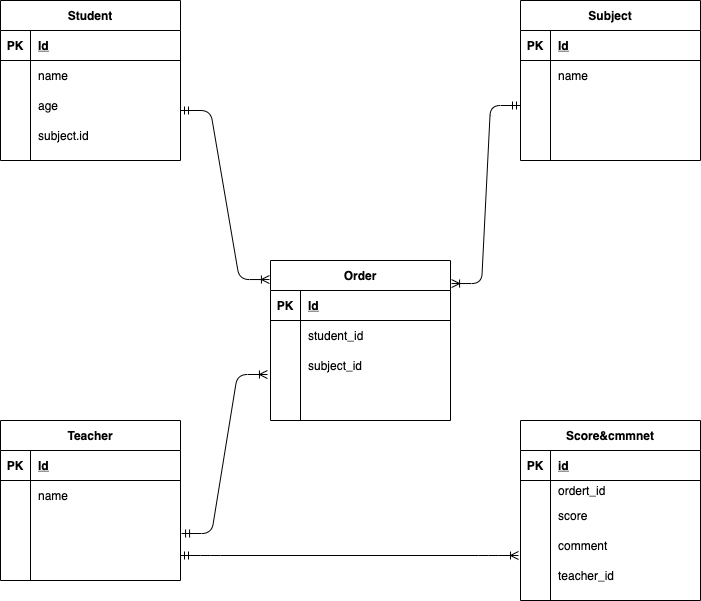
AitoHori/Database keeps this draw.io diagram as 202111Hori.drawio.png. Above is the earlier version. Source tidied: cells renumbered, new cells last; positions are measured from the earlier drawing's top-left corner, leaving out a move shared by most shapes. Source of this version:
```xml
<mxGraphModel>
  <root>
    <mxCell id="0" />
    <mxCell id="1" parent="0" />
    <mxCell id="2" value="Student" style="shape=table;startSize=30;rowLines=0;fontStyle=1;align=center;" parent="1" vertex="1">
      <mxGeometry width="180" height="160" as="geometry" />
    </mxCell>
    <mxCell id="3" style="shape=partialRectangle;fillColor=none;top=0;left=0;bottom=1;right=0;" parent="2" vertex="1">
      <mxGeometry y="30" width="180" height="30" as="geometry" />
    </mxCell>
    <mxCell id="4" value="PK" style="shape=partialRectangle;fillColor=none;top=0;left=0;bottom=0;right=0;fontStyle=1;overflow=hidden;" parent="3" vertex="1">
      <mxGeometry width="30" height="30" as="geometry" />
    </mxCell>
    <mxCell id="5" value="Id" style="shape=partialRectangle;fillColor=none;top=0;left=0;bottom=0;right=0;align=left;spacingLeft=6;fontStyle=5;overflow=hidden;" parent="3" vertex="1">
      <mxGeometry x="30" width="150" height="30" as="geometry" />
    </mxCell>
    <mxCell id="6" style="shape=partialRectangle;fillColor=none;top=0;left=0;bottom=0;right=0;" parent="2" vertex="1">
      <mxGeometry y="60" width="180" height="30" as="geometry" />
    </mxCell>
    <mxCell id="7" style="shape=partialRectangle;fillColor=none;top=0;left=0;bottom=0;right=0;overflow=hidden;" parent="6" vertex="1">
      <mxGeometry width="30" height="30" as="geometry" />
    </mxCell>
    <mxCell id="8" value="name" style="shape=partialRectangle;fillColor=none;top=0;left=0;bottom=0;right=0;align=left;spacingLeft=6;overflow=hidden;" parent="6" vertex="1">
      <mxGeometry x="30" width="150" height="30" as="geometry" />
    </mxCell>
    <mxCell id="9" style="shape=partialRectangle;fillColor=none;top=0;left=0;bottom=0;right=0;" parent="2" vertex="1">
      <mxGeometry y="90" width="180" height="30" as="geometry" />
    </mxCell>
    <mxCell id="10" style="shape=partialRectangle;fillColor=none;top=0;left=0;bottom=0;right=0;overflow=hidden;" parent="9" vertex="1">
      <mxGeometry width="30" height="30" as="geometry" />
    </mxCell>
    <mxCell id="11" value="age" style="shape=partialRectangle;fillColor=none;top=0;left=0;bottom=0;right=0;align=left;spacingLeft=6;overflow=hidden;" parent="9" vertex="1">
      <mxGeometry x="30" width="150" height="30" as="geometry" />
    </mxCell>
    <mxCell id="12" style="shape=partialRectangle;fillColor=none;top=0;left=0;bottom=0;right=0;" parent="2" vertex="1">
      <mxGeometry y="120" width="180" height="30" as="geometry" />
    </mxCell>
    <mxCell id="13" style="shape=partialRectangle;fillColor=none;top=0;left=0;bottom=0;right=0;overflow=hidden;" parent="12" vertex="1">
      <mxGeometry width="30" height="30" as="geometry" />
    </mxCell>
    <mxCell id="14" value="subject.id" style="shape=partialRectangle;fillColor=none;top=0;left=0;bottom=0;right=0;align=left;spacingLeft=6;overflow=hidden;" parent="12" vertex="1">
      <mxGeometry x="30" width="150" height="30" as="geometry" />
    </mxCell>
    <mxCell id="15" value="Subject" style="shape=table;startSize=30;rowLines=0;fontStyle=1;align=center;" parent="1" vertex="1">
      <mxGeometry x="520" width="180" height="160" as="geometry" />
    </mxCell>
    <mxCell id="16" style="shape=partialRectangle;fillColor=none;top=0;left=0;bottom=1;right=0;" parent="15" vertex="1">
      <mxGeometry y="30" width="180" height="30" as="geometry" />
    </mxCell>
    <mxCell id="17" value="PK" style="shape=partialRectangle;fillColor=none;top=0;left=0;bottom=0;right=0;fontStyle=1;overflow=hidden;" parent="16" vertex="1">
      <mxGeometry width="30" height="30" as="geometry" />
    </mxCell>
    <mxCell id="18" value="Id" style="shape=partialRectangle;fillColor=none;top=0;left=0;bottom=0;right=0;align=left;spacingLeft=6;fontStyle=5;overflow=hidden;" parent="16" vertex="1">
      <mxGeometry x="30" width="150" height="30" as="geometry" />
    </mxCell>
    <mxCell id="19" style="shape=partialRectangle;fillColor=none;top=0;left=0;bottom=0;right=0;" parent="15" vertex="1">
      <mxGeometry y="60" width="180" height="30" as="geometry" />
    </mxCell>
    <mxCell id="20" style="shape=partialRectangle;fillColor=none;top=0;left=0;bottom=0;right=0;overflow=hidden;" parent="19" vertex="1">
      <mxGeometry width="30" height="30" as="geometry" />
    </mxCell>
    <mxCell id="21" value="name" style="shape=partialRectangle;fillColor=none;top=0;left=0;bottom=0;right=0;align=left;spacingLeft=6;overflow=hidden;" parent="19" vertex="1">
      <mxGeometry x="30" width="150" height="30" as="geometry" />
    </mxCell>
    <mxCell id="22" style="shape=partialRectangle;fillColor=none;top=0;left=0;bottom=0;right=0;points=[[0,0.5],[1,0.5]];portConstraint=eastwest;" parent="15" vertex="1">
      <mxGeometry y="90" width="180" height="30" as="geometry" />
    </mxCell>
    <mxCell id="23" style="shape=partialRectangle;fillColor=none;top=0;left=0;bottom=0;right=0;overflow=hidden;" parent="22" vertex="1">
      <mxGeometry width="30" height="30" as="geometry" />
    </mxCell>
    <mxCell id="24" style="shape=partialRectangle;fillColor=none;top=0;left=0;bottom=0;right=0;align=left;spacingLeft=6;overflow=hidden;" parent="22" vertex="1">
      <mxGeometry x="30" width="150" height="30" as="geometry" />
    </mxCell>
    <mxCell id="25" style="shape=partialRectangle;fillColor=none;top=0;left=0;bottom=0;right=0;" parent="15" vertex="1">
      <mxGeometry y="120" width="180" height="30" as="geometry" />
    </mxCell>
    <mxCell id="26" style="shape=partialRectangle;fillColor=none;top=0;left=0;bottom=0;right=0;overflow=hidden;" parent="25" vertex="1">
      <mxGeometry width="30" height="30" as="geometry" />
    </mxCell>
    <mxCell id="27" style="shape=partialRectangle;fillColor=none;top=0;left=0;bottom=0;right=0;align=left;spacingLeft=6;overflow=hidden;" parent="25" vertex="1">
      <mxGeometry x="30" width="150" height="30" as="geometry" />
    </mxCell>
    <mxCell id="28" value="Teacher" style="shape=table;startSize=30;rowLines=0;fontStyle=1;align=center;" parent="1" vertex="1">
      <mxGeometry y="420" width="180" height="160" as="geometry" />
    </mxCell>
    <mxCell id="29" style="shape=partialRectangle;fillColor=none;top=0;left=0;bottom=1;right=0;" parent="28" vertex="1">
      <mxGeometry y="30" width="180" height="30" as="geometry" />
    </mxCell>
    <mxCell id="30" value="PK" style="shape=partialRectangle;fillColor=none;top=0;left=0;bottom=0;right=0;fontStyle=1;overflow=hidden;" parent="29" vertex="1">
      <mxGeometry width="30" height="30" as="geometry" />
    </mxCell>
    <mxCell id="31" value="Id" style="shape=partialRectangle;fillColor=none;top=0;left=0;bottom=0;right=0;align=left;spacingLeft=6;fontStyle=5;overflow=hidden;" parent="29" vertex="1">
      <mxGeometry x="30" width="150" height="30" as="geometry" />
    </mxCell>
    <mxCell id="32" style="shape=partialRectangle;fillColor=none;top=0;left=0;bottom=0;right=0;" parent="28" vertex="1">
      <mxGeometry y="60" width="180" height="30" as="geometry" />
    </mxCell>
    <mxCell id="33" style="shape=partialRectangle;fillColor=none;top=0;left=0;bottom=0;right=0;overflow=hidden;" parent="32" vertex="1">
      <mxGeometry width="30" height="30" as="geometry" />
    </mxCell>
    <mxCell id="34" value="name" style="shape=partialRectangle;fillColor=none;top=0;left=0;bottom=0;right=0;align=left;spacingLeft=6;overflow=hidden;" parent="32" vertex="1">
      <mxGeometry x="30" width="150" height="30" as="geometry" />
    </mxCell>
    <mxCell id="35" style="shape=partialRectangle;fillColor=none;top=0;left=0;bottom=0;right=0;points=[[0,0.5],[1,0.5]];portConstraint=eastwest;" parent="28" vertex="1">
      <mxGeometry y="90" width="180" height="30" as="geometry" />
    </mxCell>
    <mxCell id="36" style="shape=partialRectangle;fillColor=none;top=0;left=0;bottom=0;right=0;overflow=hidden;" parent="35" vertex="1">
      <mxGeometry width="30" height="30" as="geometry" />
    </mxCell>
    <mxCell id="37" style="shape=partialRectangle;fillColor=none;top=0;left=0;bottom=0;right=0;align=left;spacingLeft=6;overflow=hidden;" parent="35" vertex="1">
      <mxGeometry x="30" width="150" height="30" as="geometry" />
    </mxCell>
    <mxCell id="38" style="shape=partialRectangle;fillColor=none;top=0;left=0;bottom=0;right=0;points=[[0,0.5],[1,0.5]];portConstraint=eastwest;" parent="28" vertex="1">
      <mxGeometry y="120" width="180" height="30" as="geometry" />
    </mxCell>
    <mxCell id="39" style="shape=partialRectangle;fillColor=none;top=0;left=0;bottom=0;right=0;overflow=hidden;" parent="38" vertex="1">
      <mxGeometry width="30" height="30" as="geometry" />
    </mxCell>
    <mxCell id="40" style="shape=partialRectangle;fillColor=none;top=0;left=0;bottom=0;right=0;align=left;spacingLeft=6;overflow=hidden;" parent="38" vertex="1">
      <mxGeometry x="30" width="150" height="30" as="geometry" />
    </mxCell>
    <mxCell id="41" value="Score&amp;cmmnet" style="shape=table;startSize=30;rowLines=0;fontStyle=1;align=center;" parent="1" vertex="1">
      <mxGeometry x="520" y="420" width="180" height="180" as="geometry" />
    </mxCell>
    <mxCell id="42" style="shape=partialRectangle;fillColor=none;top=0;left=0;bottom=1;right=0;" parent="41" vertex="1">
      <mxGeometry y="30" width="180" height="30" as="geometry" />
    </mxCell>
    <mxCell id="43" value="PK" style="shape=partialRectangle;fillColor=none;top=0;left=0;bottom=0;right=0;fontStyle=1;overflow=hidden;" parent="42" vertex="1">
      <mxGeometry width="30" height="30" as="geometry" />
    </mxCell>
    <mxCell id="44" value="id" style="shape=partialRectangle;fillColor=none;top=0;left=0;bottom=0;right=0;align=left;spacingLeft=6;fontStyle=5;overflow=hidden;" parent="42" vertex="1">
      <mxGeometry x="30" width="150" height="30" as="geometry" />
    </mxCell>
    <mxCell id="45" style="shape=partialRectangle;fillColor=none;top=0;left=0;bottom=0;right=0;" parent="41" vertex="1">
      <mxGeometry y="60" width="180" height="20" as="geometry" />
    </mxCell>
    <mxCell id="46" style="shape=partialRectangle;fillColor=none;top=0;left=0;bottom=0;right=0;overflow=hidden;" parent="45" vertex="1">
      <mxGeometry width="30" height="20" as="geometry" />
    </mxCell>
    <mxCell id="47" value="ordert_id" style="shape=partialRectangle;fillColor=none;top=0;left=0;bottom=0;right=0;align=left;spacingLeft=6;overflow=hidden;" parent="45" vertex="1">
      <mxGeometry x="30" width="150" height="20" as="geometry" />
    </mxCell>
    <mxCell id="48" style="shape=partialRectangle;fillColor=none;top=0;left=0;bottom=0;right=0;" parent="41" vertex="1">
      <mxGeometry y="80" width="180" height="30" as="geometry" />
    </mxCell>
    <mxCell id="49" style="shape=partialRectangle;fillColor=none;top=0;left=0;bottom=0;right=0;overflow=hidden;" parent="48" vertex="1">
      <mxGeometry width="30" height="30" as="geometry" />
    </mxCell>
    <mxCell id="50" value="score" style="shape=partialRectangle;fillColor=none;top=0;left=0;bottom=0;right=0;align=left;spacingLeft=6;overflow=hidden;" parent="48" vertex="1">
      <mxGeometry x="30" width="150" height="30" as="geometry" />
    </mxCell>
    <mxCell id="51" style="shape=partialRectangle;fillColor=none;top=0;left=0;bottom=0;right=0;" parent="41" vertex="1">
      <mxGeometry y="110" width="180" height="30" as="geometry" />
    </mxCell>
    <mxCell id="52" style="shape=partialRectangle;fillColor=none;top=0;left=0;bottom=0;right=0;overflow=hidden;" parent="51" vertex="1">
      <mxGeometry width="30" height="30" as="geometry" />
    </mxCell>
    <mxCell id="53" value="comment" style="shape=partialRectangle;fillColor=none;top=0;left=0;bottom=0;right=0;align=left;spacingLeft=6;overflow=hidden;" parent="51" vertex="1">
      <mxGeometry x="30" width="150" height="30" as="geometry" />
    </mxCell>
    <mxCell id="54" value="Order" style="shape=table;startSize=30;rowLines=0;fontStyle=1;align=center;" parent="1" vertex="1">
      <mxGeometry x="270" y="260" width="180" height="160" as="geometry" />
    </mxCell>
    <mxCell id="55" style="shape=partialRectangle;fillColor=none;top=0;left=0;bottom=1;right=0;" parent="54" vertex="1">
      <mxGeometry y="30" width="180" height="30" as="geometry" />
    </mxCell>
    <mxCell id="56" value="PK" style="shape=partialRectangle;fillColor=none;top=0;left=0;bottom=0;right=0;fontStyle=1;overflow=hidden;" parent="55" vertex="1">
      <mxGeometry width="30" height="30" as="geometry" />
    </mxCell>
    <mxCell id="57" value="Id" style="shape=partialRectangle;fillColor=none;top=0;left=0;bottom=0;right=0;align=left;spacingLeft=6;fontStyle=5;overflow=hidden;" parent="55" vertex="1">
      <mxGeometry x="30" width="150" height="30" as="geometry" />
    </mxCell>
    <mxCell id="58" style="shape=partialRectangle;fillColor=none;top=0;left=0;bottom=0;right=0;" parent="54" vertex="1">
      <mxGeometry y="60" width="180" height="30" as="geometry" />
    </mxCell>
    <mxCell id="59" style="shape=partialRectangle;fillColor=none;top=0;left=0;bottom=0;right=0;overflow=hidden;" parent="58" vertex="1">
      <mxGeometry width="30" height="30" as="geometry" />
    </mxCell>
    <mxCell id="60" value="student_id" style="shape=partialRectangle;fillColor=none;top=0;left=0;bottom=0;right=0;align=left;spacingLeft=6;overflow=hidden;" parent="58" vertex="1">
      <mxGeometry x="30" width="150" height="30" as="geometry" />
    </mxCell>
    <mxCell id="61" style="shape=partialRectangle;fillColor=none;top=0;left=0;bottom=0;right=0;points=[[0,0.5],[1,0.5]];portConstraint=eastwest;" parent="54" vertex="1">
      <mxGeometry y="90" width="180" height="30" as="geometry" />
    </mxCell>
    <mxCell id="62" style="shape=partialRectangle;fillColor=none;top=0;left=0;bottom=0;right=0;overflow=hidden;" parent="61" vertex="1">
      <mxGeometry width="30" height="30" as="geometry" />
    </mxCell>
    <mxCell id="63" value="subject_id" style="shape=partialRectangle;fillColor=none;top=0;left=0;bottom=0;right=0;align=left;spacingLeft=6;overflow=hidden;" parent="61" vertex="1">
      <mxGeometry x="30" width="150" height="30" as="geometry" />
    </mxCell>
    <mxCell id="64" style="shape=partialRectangle;fillColor=none;top=0;left=0;bottom=0;right=0;" parent="54" vertex="1">
      <mxGeometry y="120" width="180" height="30" as="geometry" />
    </mxCell>
    <mxCell id="65" style="shape=partialRectangle;fillColor=none;top=0;left=0;bottom=0;right=0;overflow=hidden;" parent="64" vertex="1">
      <mxGeometry width="30" height="30" as="geometry" />
    </mxCell>
    <mxCell id="66" style="shape=partialRectangle;fillColor=none;top=0;left=0;bottom=0;right=0;align=left;spacingLeft=6;overflow=hidden;" parent="64" vertex="1">
      <mxGeometry x="30" width="150" height="30" as="geometry" />
    </mxCell>
    <mxCell id="67" value="teacher_id" style="shape=partialRectangle;fillColor=none;top=0;left=0;bottom=0;right=0;align=left;spacingLeft=6;overflow=hidden;" parent="1" vertex="1">
      <mxGeometry x="550" y="560" width="150" height="30" as="geometry" />
    </mxCell>
    <mxCell id="68" style="edgeStyle=entityRelationEdgeStyle;fontSize=12;html=1;endArrow=ERoneToMany;startArrow=ERmandOne;entryX=-0.006;entryY=0.119;entryDx=0;entryDy=0;entryPerimeter=0;" parent="1" edge="1" target="54">
      <mxGeometry relative="1" as="geometry">
        <mxPoint x="180" y="110" as="sourcePoint" />
      </mxGeometry>
    </mxCell>
    <mxCell id="69" style="edgeStyle=entityRelationEdgeStyle;fontSize=12;html=1;endArrow=ERoneToMany;startArrow=ERmandOne;entryX=1.006;entryY=0.144;entryDx=0;entryDy=0;exitX=0;exitY=0.5;exitDx=0;exitDy=0;entryPerimeter=0;" parent="1" edge="1" source="22" target="54">
      <mxGeometry relative="1" as="geometry" />
    </mxCell>
    <mxCell id="70" style="edgeStyle=entityRelationEdgeStyle;fontSize=12;html=1;endArrow=ERoneToMany;startArrow=ERmandOne;exitX=1.006;exitY=0.767;exitDx=0;exitDy=0;exitPerimeter=0;entryX=-0.017;entryY=0.8;entryDx=0;entryDy=0;entryPerimeter=0;" parent="1" edge="1" source="35" target="61">
      <mxGeometry relative="1" as="geometry" />
    </mxCell>
    <mxCell id="71" style="edgeStyle=entityRelationEdgeStyle;fontSize=12;html=1;endArrow=ERoneToMany;startArrow=ERmandOne;exitX=1;exitY=0.5;exitDx=0;exitDy=0;" parent="1" edge="1" source="38">
      <mxGeometry relative="1" as="geometry">
        <mxPoint x="518" y="555" as="targetPoint" />
      </mxGeometry>
    </mxCell>
  </root>
</mxGraphModel>
```
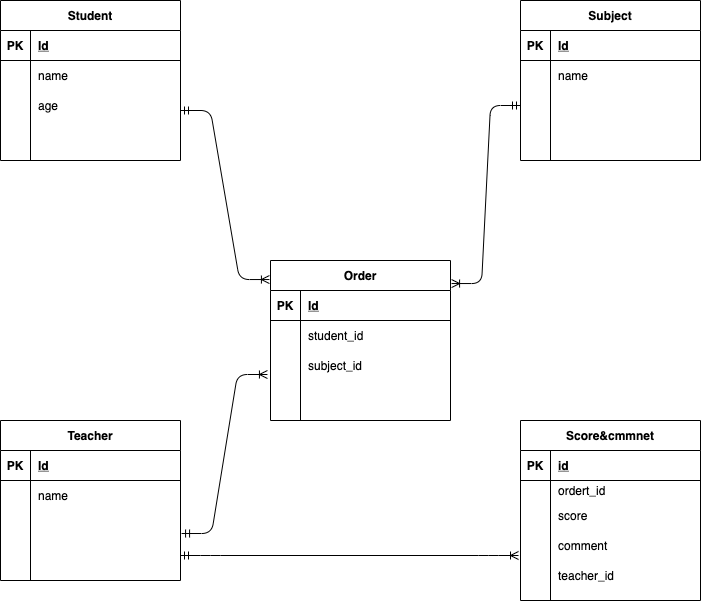
After the change.

Change to the diagram source:
```diff
@@ -38,7 +38,7 @@
     <mxCell id="13" style="shape=partialRectangle;fillColor=none;top=0;left=0;bottom=0;right=0;overflow=hidden;" parent="12" vertex="1">
       <mxGeometry width="30" height="30" as="geometry" />
     </mxCell>
-    <mxCell id="14" value="subject.id" style="shape=partialRectangle;fillColor=none;top=0;left=0;bottom=0;right=0;align=left;spacingLeft=6;overflow=hidden;" parent="12" vertex="1">
+    <mxCell id="14" style="shape=partialRectangle;fillColor=none;top=0;left=0;bottom=0;right=0;align=left;spacingLeft=6;overflow=hidden;" parent="12" vertex="1">
       <mxGeometry x="30" width="150" height="30" as="geometry" />
     </mxCell>
     <mxCell id="15" value="Subject" style="shape=table;startSize=30;rowLines=0;fontStyle=1;align=center;" parent="1" vertex="1">
```
